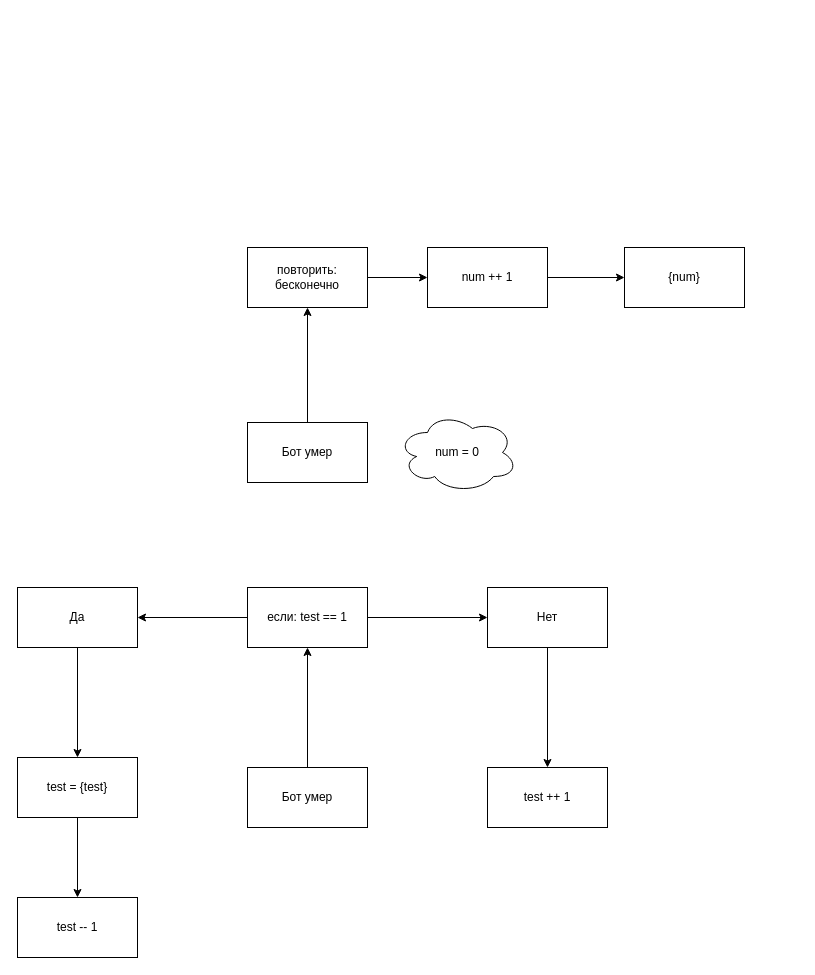
Earlier version of the draw.io diagram script.drawio (MrCatplay/mineflayer-flowcraft). Source tidied: cells renumbered, new cells numbered last; positions are measured from the earlier drawing's top-left corner, leaving out a move shared by most shapes. Both pictures are drawn from the tidied source at 100%, with x=0, y=0 at pixel (17, 247).
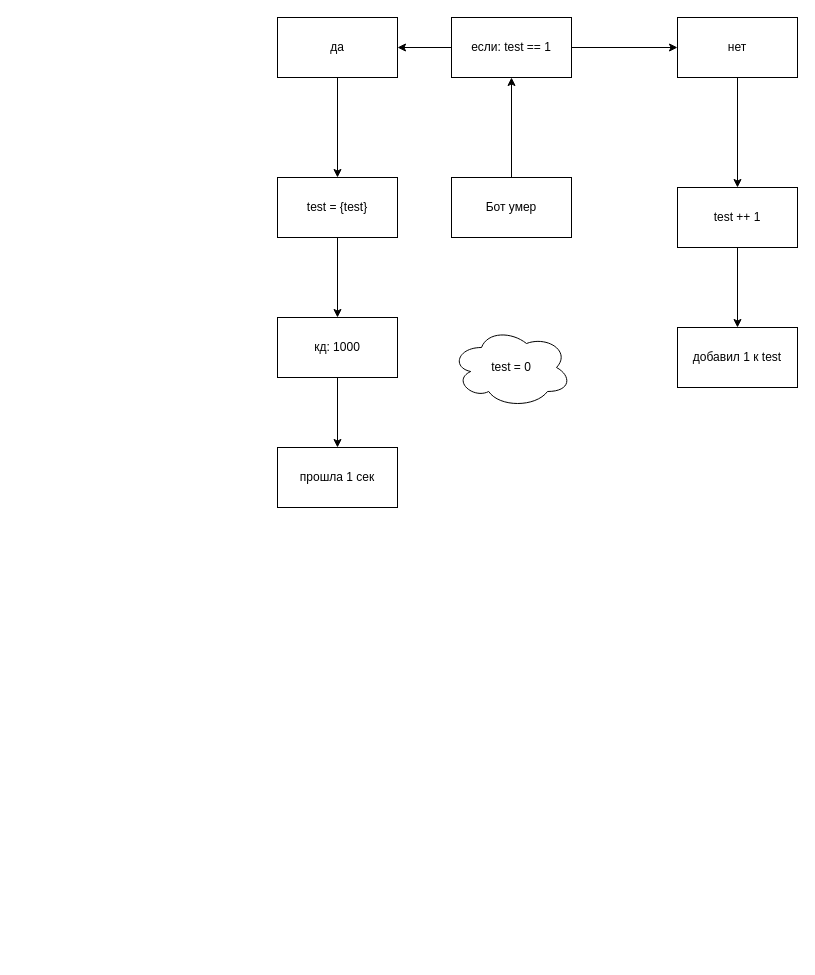
Above is the later version.

What changed in the source:
```diff
@@
-    <mxCell id="2" style="edgeStyle=orthogonalEdgeStyle;rounded=0;jettySize=auto;html=1;exitX=0.5;exitY=0;exitDx=0;exitDy=0;entryX=0.5;entryY=1;entryDx=0;entryDy=0;" parent="1" edge="1" source="3" target="9">
-      <mxGeometry relative="1" as="geometry" />
-    </mxCell>
-    <mxCell id="3" value="Бот умер" style="whiteSpace=wrap;html=1;" parent="1" vertex="1">
-      <mxGeometry x="230" y="175" width="120" height="60" as="geometry" />
-    </mxCell>
-    <mxCell id="4" style="edgeStyle=orthogonalEdgeStyle;rounded=0;jettySize=auto;html=1;exitX=1;exitY=0.5;exitDx=0;exitDy=0;entryX=0;entryY=0.5;entryDx=0;entryDy=0;" parent="1" edge="1" source="5" target="7">
-      <mxGeometry relative="1" as="geometry" />
-    </mxCell>
-    <mxCell id="5" value="num ++ 1" style="whiteSpace=wrap;html=1;" parent="1" vertex="1">
-      <mxGeometry x="410" width="120" height="60" as="geometry" />
-    </mxCell>
-    <mxCell id="6" value="num = 0" style="ellipse;shape=cloud;whiteSpace=wrap;html=1;" parent="1" vertex="1">
-      <mxGeometry x="380" y="165" width="120" height="80" as="geometry" />
-    </mxCell>
-    <mxCell id="7" value="{num}" style="whiteSpace=wrap;html=1;" parent="1" vertex="1">
-      <mxGeometry x="607" width="120" height="60" as="geometry" />
-    </mxCell>
-    <mxCell id="8" style="edgeStyle=orthogonalEdgeStyle;rounded=0;jettySize=auto;html=1;exitX=1;exitY=0.5;exitDx=0;exitDy=0;entryX=0;entryY=0.5;entryDx=0;entryDy=0;" parent="1" edge="1" source="9" target="5">
-      <mxGeometry relative="1" as="geometry" />
-    </mxCell>
-    <mxCell id="9" value="повторить: бесконечно" style="whiteSpace=wrap;html=1;" parent="1" vertex="1">
-      <mxGeometry x="230" width="120" height="60" as="geometry" />
-    </mxCell>
-    <mxCell id="10" style="edgeStyle=orthogonalEdgeStyle;rounded=0;jettySize=auto;html=1;exitX=0.5;exitY=0;exitDx=0;exitDy=0;entryX=0.5;entryY=1;entryDx=0;entryDy=0;" parent="1" edge="1" source="11" target="14">
-      <mxGeometry relative="1" as="geometry" />
-    </mxCell>
-    <mxCell id="11" value="Бот умер" style="whiteSpace=wrap;html=1;" parent="1" vertex="1">
-      <mxGeometry x="230" y="520" width="120" height="60" as="geometry" />
-    </mxCell>
-    <mxCell id="12" style="edgeStyle=orthogonalEdgeStyle;rounded=0;jettySize=auto;html=1;exitX=1;exitY=0.5;exitDx=0;exitDy=0;entryX=0;entryY=0.5;entryDx=0;entryDy=0;" parent="1" edge="1" source="14" target="16">
-      <mxGeometry relative="1" as="geometry" />
-    </mxCell>
-    <mxCell id="13" style="edgeStyle=orthogonalEdgeStyle;rounded=0;jettySize=auto;html=1;exitX=0;exitY=0.5;exitDx=0;exitDy=0;entryX=1;entryY=0.5;entryDx=0;entryDy=0;" parent="1" edge="1" source="14" target="19">
-      <mxGeometry relative="1" as="geometry" />
-    </mxCell>
+    <mxCell id="23" style="edgeStyle=orthogonalEdgeStyle;rounded=0;jettySize=auto;html=1;exitX=0.5;exitY=0;exitDx=0;exitDy=0;entryX=0.5;entryY=1;entryDx=0;entryDy=0;" parent="1" edge="1" source="24" target="14">
+      <mxGeometry relative="1" as="geometry" />
+    </mxCell>
+    <mxCell id="24" value="Бот умер" style="whiteSpace=wrap;html=1;" parent="1" vertex="1">
+      <mxGeometry x="434" y="-70" width="120" height="60" as="geometry" />
+    </mxCell>
+    <mxCell id="25" style="edgeStyle=orthogonalEdgeStyle;rounded=0;jettySize=auto;html=1;exitX=1;exitY=0.5;exitDx=0;exitDy=0;entryX=0;entryY=0.5;entryDx=0;entryDy=0;" parent="1" edge="1" source="14" target="28">
+      <mxGeometry relative="1" as="geometry" />
+    </mxCell>
+    <mxCell id="26" style="edgeStyle=orthogonalEdgeStyle;rounded=0;jettySize=auto;html=1;exitX=0;exitY=0.5;exitDx=0;exitDy=0;entryX=1;entryY=0.5;entryDx=0;entryDy=0;" parent="1" edge="1" source="14" target="32">
+      <mxGeometry relative="1" as="geometry" />
+    </mxCell>
     <mxCell id="14" value="если: test == 1" style="whiteSpace=wrap;html=1;" parent="1" vertex="1">
-      <mxGeometry x="230" y="340" width="120" height="60" as="geometry" />
+      <mxGeometry x="434" y="-230" width="120" height="60" as="geometry" />
     </mxCell>
-    <mxCell id="15" style="edgeStyle=orthogonalEdgeStyle;rounded=0;jettySize=auto;html=1;exitX=0.5;exitY=1;exitDx=0;exitDy=0;entryX=0.5;entryY=0;entryDx=0;entryDy=0;" parent="1" edge="1" source="16" target="17">
-      <mxGeometry relative="1" as="geometry" />
-    </mxCell>
-    <mxCell id="16" value="Нет" style="whiteSpace=wrap;html=1;" parent="1" vertex="1">
-      <mxGeometry x="470" y="340" width="120" height="60" as="geometry" />
-    </mxCell>
+    <mxCell id="27" style="edgeStyle=orthogonalEdgeStyle;rounded=0;jettySize=auto;html=1;exitX=0.5;exitY=1;exitDx=0;exitDy=0;entryX=0.5;entryY=0;entryDx=0;entryDy=0;" parent="1" edge="1" source="28" target="17">
+      <mxGeometry relative="1" as="geometry" />
+    </mxCell>
+    <mxCell id="28" value="нет" style="whiteSpace=wrap;html=1;" parent="1" vertex="1">
+      <mxGeometry x="660" y="-230" width="120" height="60" as="geometry" />
+    </mxCell>
+    <mxCell id="29" style="edgeStyle=orthogonalEdgeStyle;rounded=0;jettySize=auto;html=1;exitX=0.5;exitY=1;exitDx=0;exitDy=0;entryX=0.5;entryY=0;entryDx=0;entryDy=0;" parent="1" edge="1" source="17" target="34">
+      <mxGeometry relative="1" as="geometry" />
+    </mxCell>
     <mxCell id="17" value="test ++ 1" style="whiteSpace=wrap;html=1;" parent="1" vertex="1">
-      <mxGeometry x="470" y="520" width="120" height="60" as="geometry" />
+      <mxGeometry x="660" y="-60" width="120" height="60" as="geometry" />
     </mxCell>
-    <mxCell id="18" style="edgeStyle=orthogonalEdgeStyle;rounded=0;jettySize=auto;html=1;exitX=0.5;exitY=1;exitDx=0;exitDy=0;entryX=0.5;entryY=0;entryDx=0;entryDy=0;" parent="1" edge="1" source="19" target="21">
-      <mxGeometry relative="1" as="geometry" />
-    </mxCell>
-    <mxCell id="19" value="Да" style="whiteSpace=wrap;html=1;" parent="1" vertex="1">
-      <mxGeometry y="340" width="120" height="60" as="geometry" />
-    </mxCell>
-    <mxCell id="20" style="edgeStyle=orthogonalEdgeStyle;rounded=0;jettySize=auto;html=1;exitX=0.5;exitY=1;exitDx=0;exitDy=0;entryX=0.5;entryY=0;entryDx=0;entryDy=0;" parent="1" edge="1" source="21" target="22">
-      <mxGeometry relative="1" as="geometry" />
-    </mxCell>
+    <mxCell id="30" value="test = 0" style="ellipse;shape=cloud;whiteSpace=wrap;html=1;" parent="1" vertex="1">
+      <mxGeometry x="434" y="80" width="120" height="80" as="geometry" />
+    </mxCell>
+    <mxCell id="31" style="edgeStyle=orthogonalEdgeStyle;rounded=0;jettySize=auto;html=1;exitX=0.5;exitY=1;exitDx=0;exitDy=0;entryX=0.5;entryY=0;entryDx=0;entryDy=0;" parent="1" edge="1" source="32" target="21">
+      <mxGeometry relative="1" as="geometry" />
+    </mxCell>
+    <mxCell id="32" value="да" style="whiteSpace=wrap;html=1;" parent="1" vertex="1">
+      <mxGeometry x="260" y="-230" width="120" height="60" as="geometry" />
+    </mxCell>
+    <mxCell id="33" style="edgeStyle=orthogonalEdgeStyle;rounded=0;jettySize=auto;html=1;exitX=0.5;exitY=1;exitDx=0;exitDy=0;entryX=0.5;entryY=0;entryDx=0;entryDy=0;" parent="1" edge="1" source="21" target="36">
+      <mxGeometry relative="1" as="geometry" />
+    </mxCell>
     <mxCell id="21" value="test = {test}" style="whiteSpace=wrap;html=1;" parent="1" vertex="1">
-      <mxGeometry y="510" width="120" height="60" as="geometry" />
+      <mxGeometry x="260" y="-70" width="120" height="60" as="geometry" />
     </mxCell>
-    <mxCell id="22" value="test -- 1" style="whiteSpace=wrap;html=1;" parent="1" vertex="1">
-      <mxGeometry y="650" width="120" height="60" as="geometry" />
-    </mxCell>
+    <mxCell id="34" value="добавил 1 к test" style="whiteSpace=wrap;html=1;" parent="1" vertex="1">
+      <mxGeometry x="660" y="80" width="120" height="60" as="geometry" />
+    </mxCell>
+    <mxCell id="35" style="edgeStyle=orthogonalEdgeStyle;rounded=0;jettySize=auto;html=1;exitX=0.5;exitY=1;exitDx=0;exitDy=0;entryX=0.5;entryY=0;entryDx=0;entryDy=0;" parent="1" edge="1" source="36" target="37">
+      <mxGeometry relative="1" as="geometry" />
+    </mxCell>
+    <mxCell id="36" value="кд: 1000" style="whiteSpace=wrap;html=1;" parent="1" vertex="1">
+      <mxGeometry x="260" y="70" width="120" height="60" as="geometry" />
+    </mxCell>
+    <mxCell id="37" value="прошла 1 сек" style="whiteSpace=wrap;html=1;" parent="1" vertex="1">
+      <mxGeometry x="260" y="200" width="120" height="60" as="geometry" />
+    </mxCell>
```
